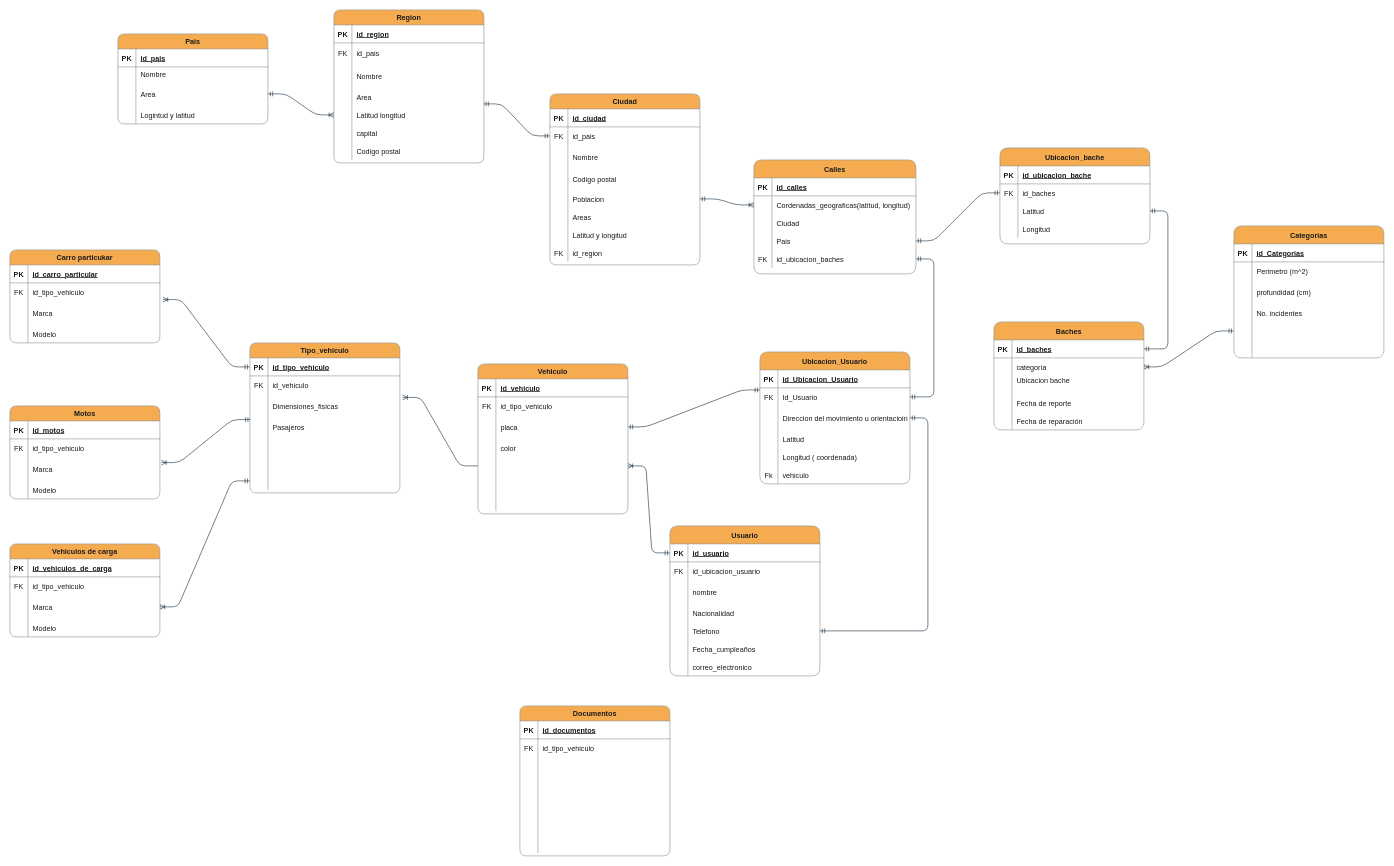
Above: MER/Diagrama sin título.drawio in josearpa123/Movilidad-ubanaBD (draw.io), before the change. Source tidied: cells renumbered, new cells numbered last; positions are measured from the earlier drawing's top-left corner, leaving out a move shared by most shapes. Both pictures are drawn from the tidied source at 60%, with x=0, y=0 at pixel (10, 10).
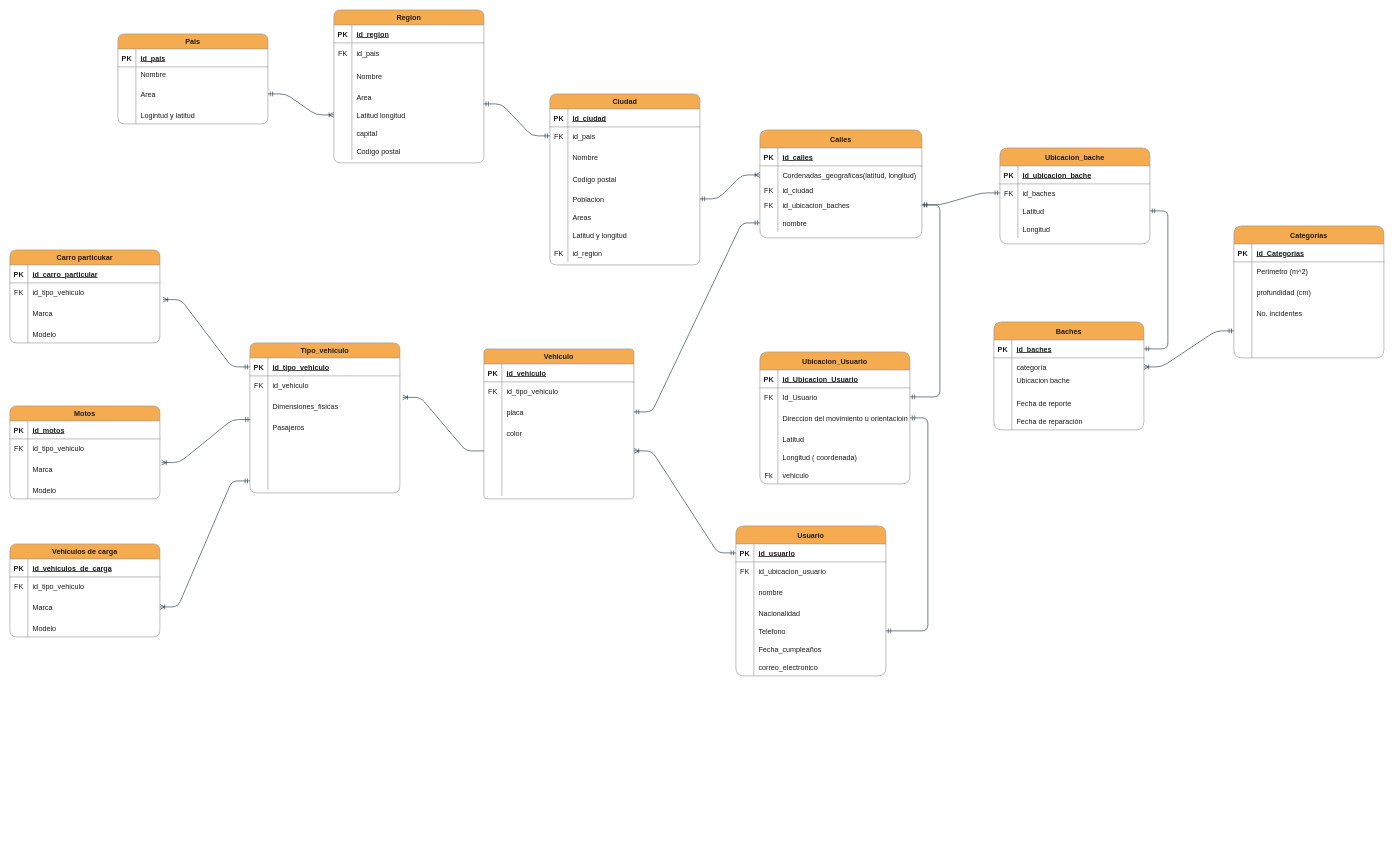
After the change.

Commit message:
Cambios de vehiculos

Unchanged cells that the change refers to:
```xml
<mxCell id="22" style="shape=partialRectangle;fillColor=none;points=[[0,0.5],[1,0.5]];portConstraint=eastwest;top=0;left=0;right=0;bottom=0;labelBackgroundColor=none;rounded=1;strokeColor=#909090;fontColor=#1A1A1A;" parent="18" vertex="1">
  <mxGeometry y="60" width="250" height="30" as="geometry" />
</mxCell>
<mxCell id="71" style="shape=partialRectangle;fillColor=none;points=[[0,0.5],[1,0.5]];portConstraint=eastwest;top=0;left=0;right=0;bottom=0;labelBackgroundColor=none;rounded=1;strokeColor=#909090;fontColor=#1A1A1A;" parent="67" vertex="1">
  <mxGeometry y="60" width="250" height="30" as="geometry" />
</mxCell>
<mxCell id="167" style="shape=partialRectangle;fillColor=none;points=[[0,0.5],[1,0.5]];portConstraint=eastwest;top=0;left=0;right=0;bottom=0;labelBackgroundColor=none;rounded=1;strokeColor=#909090;fontColor=#1A1A1A;" parent="160" vertex="1">
  <mxGeometry y="85" width="250" height="40" as="geometry" />
</mxCell>
```

Change to the diagram source:
```diff
@@
     <mxCell id="31" value="Calles" style="shape=table;startSize=30;childLayout=tableLayout;rowLines=0;fontStyle=1;align=center;labelBackgroundColor=none;rounded=1;fillColor=#F5AB50;strokeColor=#909090;fontColor=#1A1A1A;" parent="1" vertex="1">
-      <mxGeometry x="1240" y="250" width="270" height="190" as="geometry" />
+      <mxGeometry x="1250" y="200" width="270" height="180" as="geometry" />
     </mxCell>
@@
     <mxCell id="38" style="shape=partialRectangle;fillColor=none;top=0;left=0;right=0;bottom=0;labelBackgroundColor=none;rounded=1;strokeColor=#909090;fontColor=#1A1A1A;" parent="31" vertex="1">
-      <mxGeometry y="90" width="270" height="30" as="geometry" />
+      <mxGeometry y="90" width="270" height="20" as="geometry" />
     </mxCell>
-    <mxCell id="39" style="shape=partialRectangle;overflow=hidden;fillColor=none;top=0;left=0;bottom=0;right=0;labelBackgroundColor=none;rounded=1;strokeColor=#909090;fontColor=#1A1A1A;" parent="38" vertex="1">
-      <mxGeometry width="30" height="30" as="geometry" />
+    <mxCell id="39" value="FK" style="shape=partialRectangle;overflow=hidden;fillColor=none;top=0;left=0;bottom=0;right=0;labelBackgroundColor=none;rounded=1;strokeColor=#909090;fontColor=#1A1A1A;" parent="38" vertex="1">
+      <mxGeometry width="30" height="20" as="geometry" />
     </mxCell>
-    <mxCell id="40" value="Ciudad" style="shape=partialRectangle;overflow=hidden;fillColor=none;top=0;left=0;bottom=0;right=0;align=left;spacingLeft=6;labelBackgroundColor=none;rounded=1;strokeColor=#909090;fontColor=#1A1A1A;" parent="38" vertex="1">
-      <mxGeometry x="30" width="240" height="30" as="geometry" />
+    <mxCell id="40" value="id_ciudad" style="shape=partialRectangle;overflow=hidden;fillColor=none;top=0;left=0;bottom=0;right=0;align=left;spacingLeft=6;labelBackgroundColor=none;rounded=1;strokeColor=#909090;fontColor=#1A1A1A;" parent="38" vertex="1">
+      <mxGeometry x="30" width="240" height="20" as="geometry" />
     </mxCell>
-    <mxCell id="41" style="shape=partialRectangle;fillColor=none;points=[[0,0.5],[1,0.5]];portConstraint=eastwest;top=0;left=0;right=0;bottom=0;labelBackgroundColor=none;rounded=1;strokeColor=#909090;fontColor=#1A1A1A;" parent="31" vertex="1">
-      <mxGeometry y="120" width="270" height="30" as="geometry" />
-    </mxCell>
-    <mxCell id="42" style="shape=partialRectangle;overflow=hidden;fillColor=none;top=0;left=0;bottom=0;right=0;labelBackgroundColor=none;rounded=1;strokeColor=#909090;fontColor=#1A1A1A;" parent="41" vertex="1">
-      <mxGeometry width="30" height="30" as="geometry" />
-    </mxCell>
-    <mxCell id="43" value="Pais" style="shape=partialRectangle;overflow=hidden;fillColor=none;top=0;left=0;bottom=0;right=0;align=left;spacingLeft=6;labelBackgroundColor=none;rounded=1;strokeColor=#909090;fontColor=#1A1A1A;" parent="41" vertex="1">
-      <mxGeometry x="30" width="240" height="30" as="geometry" />
-    </mxCell>
     <mxCell id="44" style="shape=partialRectangle;fillColor=none;points=[[0,0.5],[1,0.5]];portConstraint=eastwest;top=0;left=0;right=0;bottom=0;labelBackgroundColor=none;rounded=1;strokeColor=#909090;fontColor=#1A1A1A;" parent="31" vertex="1">
-      <mxGeometry y="150" width="270" height="30" as="geometry" />
+      <mxGeometry y="110" width="270" height="30" as="geometry" />
     </mxCell>
@@
+    <mxCell id="286" style="shape=partialRectangle;fillColor=none;points=[[0,0.5],[1,0.5]];portConstraint=eastwest;top=0;left=0;right=0;bottom=0;labelBackgroundColor=none;rounded=1;strokeColor=#909090;fontColor=#1A1A1A;" parent="31" vertex="1">
+      <mxGeometry y="140" width="270" height="30" as="geometry" />
+    </mxCell>
+    <mxCell id="287" style="shape=partialRectangle;overflow=hidden;fillColor=none;top=0;left=0;bottom=0;right=0;labelBackgroundColor=none;rounded=1;strokeColor=#909090;fontColor=#1A1A1A;" parent="286" vertex="1">
+      <mxGeometry width="30" height="30" as="geometry" />
+    </mxCell>
+    <mxCell id="288" value="nombre" style="shape=partialRectangle;overflow=hidden;fillColor=none;top=0;left=0;bottom=0;right=0;align=left;spacingLeft=6;labelBackgroundColor=none;rounded=1;strokeColor=#909090;fontColor=#1A1A1A;" parent="286" vertex="1">
+      <mxGeometry x="30" width="240" height="30" as="geometry" />
+    </mxCell>
@@
-    <mxCell id="87" style="edgeStyle=entityRelationEdgeStyle;fontSize=12;html=1;endArrow=ERmandOne;startArrow=ERmandOne;rounded=1;entryX=0;entryY=0.5;entryDx=0;entryDy=0;exitX=1;exitY=0.5;exitDx=0;exitDy=0;labelBackgroundColor=none;fontColor=default;strokeColor=#182E3E;" parent="1" edge="1" source="41" target="22">
-      <mxGeometry relative="1" as="geometry" />
+    <mxCell id="87" style="edgeStyle=entityRelationEdgeStyle;fontSize=12;html=1;endArrow=ERmandOne;startArrow=ERmandOne;rounded=1;entryX=0;entryY=0.5;entryDx=0;entryDy=0;exitX=1;exitY=0.5;exitDx=0;exitDy=0;labelBackgroundColor=none;fontColor=default;strokeColor=#182E3E;" parent="1" edge="1" target="22">
+      <mxGeometry relative="1" as="geometry">
+        <mxPoint x="1520" y="325" as="sourcePoint" />
+      </mxGeometry>
     </mxCell>
     <mxCell id="88" value="Usuario" style="shape=table;startSize=30;childLayout=tableLayout;rowLines=0;fontStyle=1;align=center;labelBackgroundColor=none;rounded=1;shadow=0;fillColor=#F5AB50;strokeColor=#909090;fontColor=#1A1A1A;" parent="1" vertex="1">
-      <mxGeometry x="1100" y="860" width="250" height="250" as="geometry" />
+      <mxGeometry x="1210" y="860" width="250" height="250" as="geometry" />
     </mxCell>
@@
-    <mxCell id="160" value="Vehiculo" style="shape=table;startSize=25;childLayout=tableLayout;rowLines=0;fontStyle=1;align=center;labelBackgroundColor=none;rounded=1;fillColor=#F5AB50;strokeColor=#909090;fontColor=#1A1A1A;" parent="1" vertex="1">
-      <mxGeometry x="780" y="590" width="250" height="250" as="geometry" />
+    <mxCell id="160" value="Vehiculo" style="shape=table;startSize=25;childLayout=tableLayout;rowLines=0;fontStyle=1;align=center;labelBackgroundColor=none;rounded=1;fillColor=#F5AB50;strokeColor=#909090;fontColor=#1A1A1A;arcSize=9;" parent="1" vertex="1">
+      <mxGeometry x="790" y="565" width="250" height="250" as="geometry" />
     </mxCell>
@@
-    <mxCell id="219" value="Documentos" style="shape=table;startSize=25;childLayout=tableLayout;rowLines=0;fontStyle=1;align=center;swimlaneFillColor=none;rounded=1;labelBackgroundColor=none;fillColor=#F5AB50;strokeColor=#909090;fontColor=#1A1A1A;" parent="1" vertex="1">
-      <mxGeometry x="850" y="1160" width="250" height="250" as="geometry" />
-    </mxCell>
-    <mxCell id="220" style="shape=partialRectangle;fillColor=none;top=0;left=0;right=0;bottom=1;labelBackgroundColor=none;rounded=1;strokeColor=#909090;fontColor=#1A1A1A;" parent="219" vertex="1">
-      <mxGeometry y="25" width="250" height="30" as="geometry" />
-    </mxCell>
-    <mxCell id="221" value="PK" style="shape=partialRectangle;overflow=hidden;fillColor=none;top=0;left=0;bottom=0;right=0;fontStyle=1;labelBackgroundColor=none;rounded=1;strokeColor=#909090;fontColor=#1A1A1A;" parent="220" vertex="1">
-      <mxGeometry width="30" height="30" as="geometry" />
-    </mxCell>
-    <mxCell id="222" value="id_documentos" style="shape=partialRectangle;overflow=hidden;fillColor=none;top=0;left=0;bottom=0;right=0;align=left;spacingLeft=6;fontStyle=5;labelBackgroundColor=none;rounded=1;strokeColor=#909090;fontColor=#1A1A1A;" parent="220" vertex="1">
-      <mxGeometry x="30" width="220" height="30" as="geometry" />
-    </mxCell>
-    <mxCell id="223" style="shape=partialRectangle;fillColor=none;top=0;left=0;right=0;bottom=0;labelBackgroundColor=none;rounded=1;strokeColor=#909090;fontColor=#1A1A1A;" parent="219" vertex="1">
-      <mxGeometry y="55" width="250" height="30" as="geometry" />
-    </mxCell>
-    <mxCell id="224" value="FK" style="shape=partialRectangle;overflow=hidden;fillColor=none;top=0;left=0;bottom=0;right=0;labelBackgroundColor=none;rounded=1;strokeColor=#909090;fontColor=#1A1A1A;" parent="223" vertex="1">
-      <mxGeometry width="30" height="30" as="geometry" />
-    </mxCell>
-    <mxCell id="225" value="id_tipo_vehiculo" style="shape=partialRectangle;overflow=hidden;fillColor=none;top=0;left=0;bottom=0;right=0;align=left;spacingLeft=6;labelBackgroundColor=none;rounded=1;strokeColor=#909090;fontColor=#1A1A1A;" parent="223" vertex="1">
-      <mxGeometry x="30" width="220" height="30" as="geometry" />
-    </mxCell>
-    <mxCell id="226" style="shape=partialRectangle;fillColor=none;top=0;left=0;right=0;bottom=0;labelBackgroundColor=none;rounded=1;strokeColor=#909090;fontColor=#1A1A1A;" parent="219" vertex="1">
-      <mxGeometry y="85" width="250" height="40" as="geometry" />
-    </mxCell>
-    <mxCell id="227" style="shape=partialRectangle;overflow=hidden;fillColor=none;top=0;left=0;bottom=0;right=0;labelBackgroundColor=none;rounded=1;strokeColor=#909090;fontColor=#1A1A1A;" parent="226" vertex="1">
-      <mxGeometry width="30" height="40" as="geometry" />
-    </mxCell>
-    <mxCell id="228" style="shape=partialRectangle;overflow=hidden;fillColor=none;top=0;left=0;bottom=0;right=0;align=left;spacingLeft=6;labelBackgroundColor=none;rounded=1;strokeColor=#909090;fontColor=#1A1A1A;" parent="226" vertex="1">
-      <mxGeometry x="30" width="220" height="40" as="geometry" />
-    </mxCell>
-    <mxCell id="229" style="shape=partialRectangle;fillColor=none;top=0;left=0;right=0;bottom=0;labelBackgroundColor=none;rounded=1;strokeColor=#909090;fontColor=#1A1A1A;" parent="219" vertex="1">
-      <mxGeometry y="125" width="250" height="30" as="geometry" />
-    </mxCell>
-    <mxCell id="230" style="shape=partialRectangle;overflow=hidden;fillColor=none;top=0;left=0;bottom=0;right=0;labelBackgroundColor=none;rounded=1;strokeColor=#909090;fontColor=#1A1A1A;" parent="229" vertex="1">
-      <mxGeometry width="30" height="30" as="geometry" />
-    </mxCell>
-    <mxCell id="231" style="shape=partialRectangle;overflow=hidden;fillColor=none;top=0;left=0;bottom=0;right=0;align=left;spacingLeft=6;labelBackgroundColor=none;rounded=1;strokeColor=#909090;fontColor=#1A1A1A;" parent="229" vertex="1">
-      <mxGeometry x="30" width="220" height="30" as="geometry" />
-    </mxCell>
-    <mxCell id="232" style="shape=partialRectangle;fillColor=none;top=0;left=0;right=0;bottom=0;labelBackgroundColor=none;rounded=1;strokeColor=#909090;fontColor=#1A1A1A;" parent="219" vertex="1">
-      <mxGeometry y="155" width="250" height="30" as="geometry" />
-    </mxCell>
-    <mxCell id="233" style="shape=partialRectangle;overflow=hidden;fillColor=none;top=0;left=0;bottom=0;right=0;labelBackgroundColor=none;rounded=1;strokeColor=#909090;fontColor=#1A1A1A;" parent="232" vertex="1">
-      <mxGeometry width="30" height="30" as="geometry" />
-    </mxCell>
-    <mxCell id="234" style="shape=partialRectangle;overflow=hidden;fillColor=none;top=0;left=0;bottom=0;right=0;align=left;spacingLeft=6;labelBackgroundColor=none;rounded=1;strokeColor=#909090;fontColor=#1A1A1A;" parent="232" vertex="1">
-      <mxGeometry x="30" width="220" height="30" as="geometry" />
-    </mxCell>
-    <mxCell id="235" style="shape=partialRectangle;fillColor=none;top=0;left=0;right=0;bottom=0;labelBackgroundColor=none;rounded=1;strokeColor=#909090;fontColor=#1A1A1A;" parent="219" vertex="1">
-      <mxGeometry y="185" width="250" height="30" as="geometry" />
-    </mxCell>
-    <mxCell id="236" style="shape=partialRectangle;overflow=hidden;fillColor=none;top=0;left=0;bottom=0;right=0;labelBackgroundColor=none;rounded=1;strokeColor=#909090;fontColor=#1A1A1A;" parent="235" vertex="1">
-      <mxGeometry width="30" height="30" as="geometry" />
-    </mxCell>
-    <mxCell id="237" style="shape=partialRectangle;overflow=hidden;fillColor=none;top=0;left=0;bottom=0;right=0;align=left;spacingLeft=6;labelBackgroundColor=none;rounded=1;strokeColor=#909090;fontColor=#1A1A1A;" parent="235" vertex="1">
-      <mxGeometry x="30" width="220" height="30" as="geometry" />
-    </mxCell>
-    <mxCell id="238" style="shape=partialRectangle;fillColor=none;top=0;left=0;right=0;bottom=0;labelBackgroundColor=none;rounded=1;strokeColor=#909090;fontColor=#1A1A1A;" parent="219" vertex="1">
-      <mxGeometry y="215" width="250" height="30" as="geometry" />
-    </mxCell>
-    <mxCell id="239" style="shape=partialRectangle;overflow=hidden;fillColor=none;top=0;left=0;bottom=0;right=0;labelBackgroundColor=none;rounded=1;strokeColor=#909090;fontColor=#1A1A1A;" parent="238" vertex="1">
-      <mxGeometry width="30" height="30" as="geometry" />
-    </mxCell>
-    <mxCell id="240" style="shape=partialRectangle;overflow=hidden;fillColor=none;top=0;left=0;bottom=0;right=0;align=left;spacingLeft=6;labelBackgroundColor=none;rounded=1;strokeColor=#909090;fontColor=#1A1A1A;" parent="238" vertex="1">
-      <mxGeometry x="30" width="220" height="30" as="geometry" />
-    </mxCell>
@@
-    <mxCell id="285" style="edgeStyle=entityRelationEdgeStyle;fontSize=12;html=1;endArrow=ERmandOne;startArrow=ERmandOne;rounded=1;exitX=1;exitY=0.5;exitDx=0;exitDy=0;entryX=0;entryY=0.113;entryDx=0;entryDy=0;entryPerimeter=0;labelBackgroundColor=none;fontColor=default;strokeColor=#182E3E;" parent="1" edge="1" source="167" target="71">
+    <mxCell id="285" style="edgeStyle=entityRelationEdgeStyle;fontSize=12;html=1;endArrow=ERmandOne;startArrow=ERmandOne;rounded=1;exitX=1;exitY=0.5;exitDx=0;exitDy=0;entryX=0;entryY=0.5;entryDx=0;entryDy=0;labelBackgroundColor=none;fontColor=default;strokeColor=#182E3E;" parent="1" edge="1" source="167" target="286">
       <mxGeometry relative="1" as="geometry">
         <Array as="points">
           <mxPoint x="1490" y="830" />
           <mxPoint x="1580" y="910" />
         </Array>
       </mxGeometry>
     </mxCell>
```
